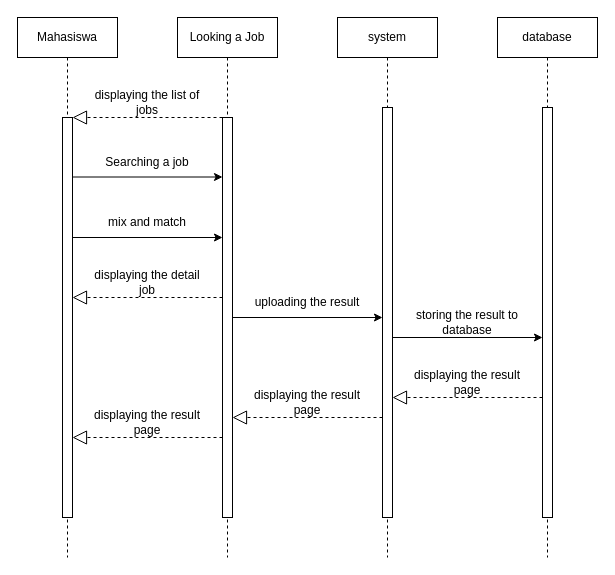
isalzufari/sayembaara keeps this draw.io diagram as page "UML (Sequence: Searching a Project for Mahasiswa)" (3 of 7) of uml-diagram.drawio. Above is the earlier version. Source tidied: cells renumbered, new cells numbered last; positions are measured from the earlier drawing's top-left corner, leaving out a move shared by most shapes. Both pictures are drawn from the tidied source at 100%, with x=0, y=0 at pixel (17, 17).
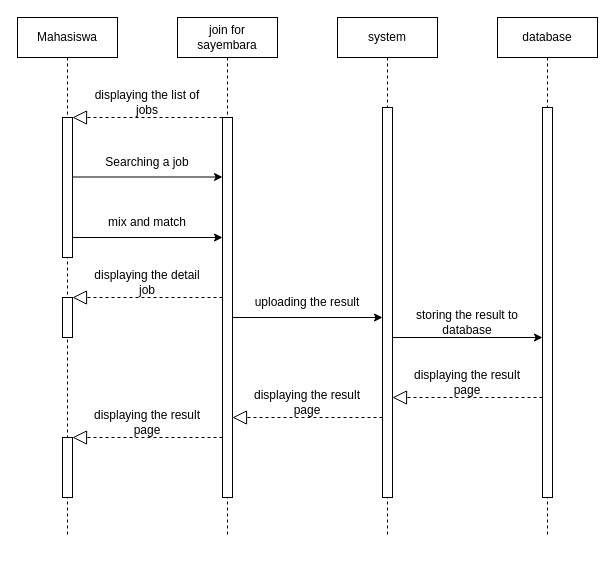
After the change.

Change to the diagram source:
```diff
@@
     <mxCell id="2" value="system" style="shape=umlLifeline;perimeter=lifelinePerimeter;whiteSpace=wrap;html=1;newEdgeStyle={&quot;edgeStyle&quot;:&quot;elbowEdgeStyle&quot;,&quot;elbow&quot;:&quot;vertical&quot;,&quot;curved&quot;:0,&quot;rounded&quot;:0};" parent="1" vertex="1">
-      <mxGeometry x="320" width="100" height="540" as="geometry" />
+      <mxGeometry x="320" width="100" height="520" as="geometry" />
     </mxCell>
-    <mxCell id="3" value="Looking a Job" style="shape=umlLifeline;perimeter=lifelinePerimeter;whiteSpace=wrap;html=1;newEdgeStyle={&quot;edgeStyle&quot;:&quot;elbowEdgeStyle&quot;,&quot;elbow&quot;:&quot;vertical&quot;,&quot;curved&quot;:0,&quot;rounded&quot;:0};" parent="1" vertex="1">
-      <mxGeometry x="160" width="100" height="540" as="geometry" />
+    <mxCell id="3" value="&lt;div&gt;join for sayembara&lt;br&gt;&lt;/div&gt;" style="shape=umlLifeline;perimeter=lifelinePerimeter;whiteSpace=wrap;html=1;newEdgeStyle={&quot;edgeStyle&quot;:&quot;elbowEdgeStyle&quot;,&quot;elbow&quot;:&quot;vertical&quot;,&quot;curved&quot;:0,&quot;rounded&quot;:0};" parent="1" vertex="1">
+      <mxGeometry x="160" width="100" height="520" as="geometry" />
     </mxCell>
     <mxCell id="4" value="database" style="shape=umlLifeline;perimeter=lifelinePerimeter;whiteSpace=wrap;html=1;newEdgeStyle={&quot;edgeStyle&quot;:&quot;elbowEdgeStyle&quot;,&quot;elbow&quot;:&quot;vertical&quot;,&quot;curved&quot;:0,&quot;rounded&quot;:0};" parent="1" vertex="1">
-      <mxGeometry x="480" width="100" height="540" as="geometry" />
+      <mxGeometry x="480" width="100" height="520" as="geometry" />
     </mxCell>
@@
     <mxCell id="6" value="Mahasiswa" style="shape=umlLifeline;perimeter=lifelinePerimeter;whiteSpace=wrap;html=1;newEdgeStyle={&quot;edgeStyle&quot;:&quot;elbowEdgeStyle&quot;,&quot;elbow&quot;:&quot;vertical&quot;,&quot;curved&quot;:0,&quot;rounded&quot;:0};" parent="1" vertex="1">
-      <mxGeometry width="100" height="540" as="geometry" />
+      <mxGeometry width="100" height="520" as="geometry" />
     </mxCell>
-    <mxCell id="7" style="html=1;perimeter=orthogonalPerimeter;targetShapes=umlLifeline;newEdgeStyle={&quot;edgeStyle&quot;:&quot;elbowEdgeStyle&quot;,&quot;elbow&quot;:&quot;vertical&quot;,&quot;curved&quot;:0,&quot;rounded&quot;:0};" parent="6" vertex="1">
-      <mxGeometry x="45" y="100" width="10" height="400" as="geometry" />
-    </mxCell>
@@
     <mxCell id="10" style="html=1;perimeter=orthogonalPerimeter;targetShapes=umlLifeline;newEdgeStyle={&quot;edgeStyle&quot;:&quot;elbowEdgeStyle&quot;,&quot;elbow&quot;:&quot;vertical&quot;,&quot;curved&quot;:0,&quot;rounded&quot;:0};" parent="1" vertex="1">
-      <mxGeometry x="365" y="90" width="10" height="410" as="geometry" />
+      <mxGeometry x="365" y="90" width="10" height="390" as="geometry" />
     </mxCell>
     <mxCell id="11" style="html=1;perimeter=orthogonalPerimeter;targetShapes=umlLifeline;newEdgeStyle={&quot;edgeStyle&quot;:&quot;elbowEdgeStyle&quot;,&quot;elbow&quot;:&quot;vertical&quot;,&quot;curved&quot;:0,&quot;rounded&quot;:0};" parent="1" vertex="1">
-      <mxGeometry x="205" y="100" width="10" height="400" as="geometry" />
+      <mxGeometry x="205" y="100" width="10" height="380" as="geometry" />
     </mxCell>
     <mxCell id="12" style="html=1;perimeter=orthogonalPerimeter;targetShapes=umlLifeline;newEdgeStyle={&quot;edgeStyle&quot;:&quot;elbowEdgeStyle&quot;,&quot;elbow&quot;:&quot;vertical&quot;,&quot;curved&quot;:0,&quot;rounded&quot;:0};" parent="1" vertex="1">
-      <mxGeometry x="525" y="90" width="10" height="410" as="geometry" />
+      <mxGeometry x="525" y="90" width="10" height="390" as="geometry" />
     </mxCell>
@@
+    <mxCell id="7" style="html=1;perimeter=orthogonalPerimeter;targetShapes=umlLifeline;newEdgeStyle={&quot;edgeStyle&quot;:&quot;elbowEdgeStyle&quot;,&quot;elbow&quot;:&quot;vertical&quot;,&quot;curved&quot;:0,&quot;rounded&quot;:0};" parent="1" vertex="1">
+      <mxGeometry x="45" y="100" width="10" height="140" as="geometry" />
+    </mxCell>
+    <mxCell id="28" style="html=1;perimeter=orthogonalPerimeter;targetShapes=umlLifeline;newEdgeStyle={&quot;edgeStyle&quot;:&quot;elbowEdgeStyle&quot;,&quot;elbow&quot;:&quot;vertical&quot;,&quot;curved&quot;:0,&quot;rounded&quot;:0};" parent="1" vertex="1">
+      <mxGeometry x="45" y="280" width="10" height="40" as="geometry" />
+    </mxCell>
+    <mxCell id="29" style="html=1;perimeter=orthogonalPerimeter;targetShapes=umlLifeline;newEdgeStyle={&quot;edgeStyle&quot;:&quot;elbowEdgeStyle&quot;,&quot;elbow&quot;:&quot;vertical&quot;,&quot;curved&quot;:0,&quot;rounded&quot;:0};" parent="1" vertex="1">
+      <mxGeometry x="45" y="420" width="10" height="60" as="geometry" />
+    </mxCell>
```
